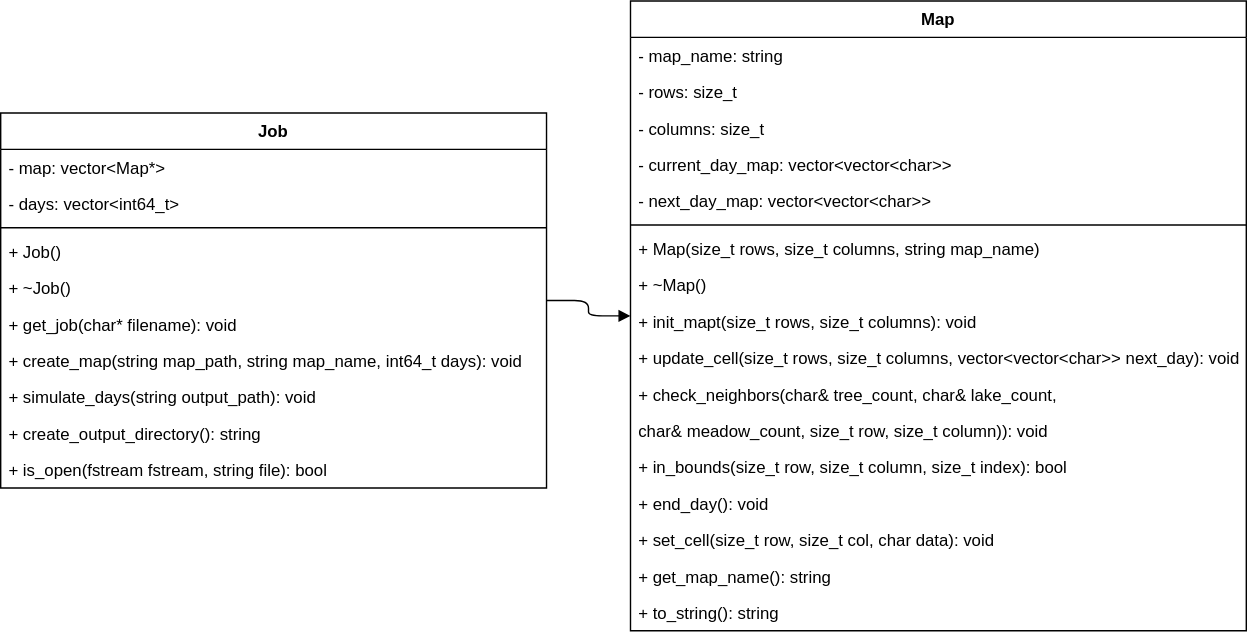
Above: proyecto-2/img/class_diagram.svg in GilbertAb/Projects-Parallel_Computing (draw.io), before the change. Source tidied: cells renumbered, new cells last; positions are measured from the earlier drawing's top-left corner, leaving out a move shared by most shapes.
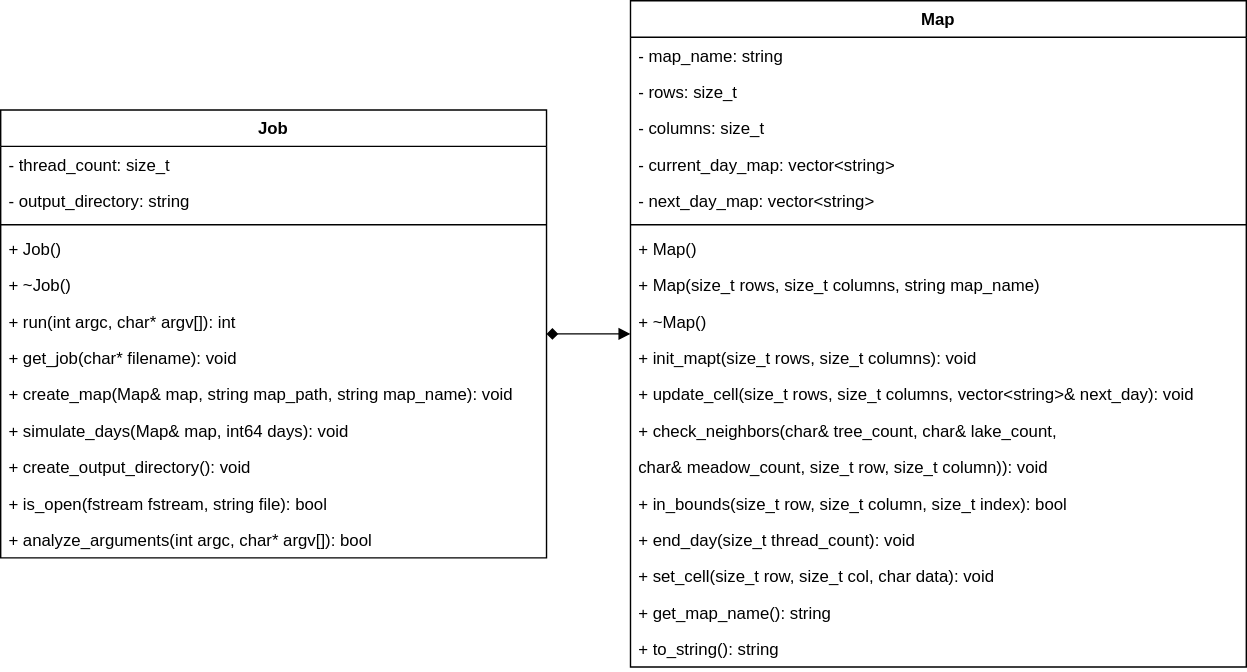
The same diagram one commit later.

Commit message:
Updated the class diagram

Change to the diagram source:
```diff
@@ -3,12 +3,12 @@
     <mxCell id="0" />
     <mxCell id="1" parent="0" />
     <mxCell id="2" value="Job" style="swimlane;fontStyle=1;align=center;verticalAlign=top;horizontal=1;startSize=26;" parent="1" vertex="1">
-      <mxGeometry y="80" width="390" height="268" as="geometry" />
+      <mxGeometry y="78" width="390" height="320" as="geometry" />
     </mxCell>
-    <mxCell id="3" value="- map: vector&lt;Map*&gt;" style="text;strokeColor=none;fillColor=none;align=left;verticalAlign=top;spacingLeft=4;spacingRight=4;overflow=hidden;" parent="2" vertex="1">
+    <mxCell id="3" value="- thread_count: size_t" style="text;strokeColor=none;fillColor=none;align=left;verticalAlign=top;spacingLeft=4;spacingRight=4;overflow=hidden;" parent="2" vertex="1">
       <mxGeometry y="26" width="390" height="26" as="geometry" />
     </mxCell>
-    <mxCell id="4" value="- days: vector&lt;int64_t&gt;" style="text;strokeColor=none;fillColor=none;align=left;verticalAlign=top;spacingLeft=4;spacingRight=4;overflow=hidden;" parent="2" vertex="1">
+    <mxCell id="4" value="- output_directory: string" style="text;strokeColor=none;fillColor=none;align=left;verticalAlign=top;spacingLeft=4;spacingRight=4;overflow=hidden;" parent="2" vertex="1">
       <mxGeometry y="52" width="390" height="26" as="geometry" />
     </mxCell>
     <mxCell id="5" style="line;strokeWidth=1;fillColor=none;align=left;verticalAlign=middle;spacingTop=-1;spacingLeft=3;spacingRight=3;labelPosition=right;" parent="2" vertex="1">
@@ -20,23 +20,29 @@
     <mxCell id="7" value="+ ~Job()" style="text;strokeColor=none;fillColor=none;align=left;verticalAlign=top;spacingLeft=4;spacingRight=4;overflow=hidden;" parent="2" vertex="1">
       <mxGeometry y="112" width="390" height="26" as="geometry" />
     </mxCell>
+    <mxCell id="32" value="+ run(int argc, char* argv[]): int" style="text;strokeColor=none;fillColor=none;align=left;verticalAlign=top;spacingLeft=4;spacingRight=4;overflow=hidden;" parent="2" vertex="1">
+      <mxGeometry y="138" width="390" height="26" as="geometry" />
+    </mxCell>
     <mxCell id="8" value="+ get_job(char* filename): void" style="text;strokeColor=none;fillColor=none;align=left;verticalAlign=top;spacingLeft=4;spacingRight=4;overflow=hidden;" parent="2" vertex="1">
-      <mxGeometry y="138" width="390" height="26" as="geometry" />
+      <mxGeometry y="164" width="390" height="26" as="geometry" />
     </mxCell>
-    <mxCell id="9" value="+ create_map(string map_path, string map_name, int64_t days): void" style="text;strokeColor=none;fillColor=none;align=left;verticalAlign=top;spacingLeft=4;spacingRight=4;overflow=hidden;" parent="2" vertex="1">
-      <mxGeometry y="164" width="390" height="26" as="geometry" />
+    <mxCell id="9" value="+ create_map(Map&amp; map, string map_path, string map_name): void" style="text;strokeColor=none;fillColor=none;align=left;verticalAlign=top;spacingLeft=4;spacingRight=4;overflow=hidden;" parent="2" vertex="1">
+      <mxGeometry y="190" width="390" height="26" as="geometry" />
     </mxCell>
-    <mxCell id="10" value="+ simulate_days(string output_path): void" style="text;strokeColor=none;fillColor=none;align=left;verticalAlign=top;spacingLeft=4;spacingRight=4;overflow=hidden;" parent="2" vertex="1">
-      <mxGeometry y="190" width="390" height="26" as="geometry" />
+    <mxCell id="10" value="+ simulate_days(Map&amp; map, int64 days): void" style="text;strokeColor=none;fillColor=none;align=left;verticalAlign=top;spacingLeft=4;spacingRight=4;overflow=hidden;" parent="2" vertex="1">
+      <mxGeometry y="216" width="390" height="26" as="geometry" />
     </mxCell>
-    <mxCell id="11" value="+ create_output_directory(): string" style="text;strokeColor=none;fillColor=none;align=left;verticalAlign=top;spacingLeft=4;spacingRight=4;overflow=hidden;" parent="2" vertex="1">
-      <mxGeometry y="216" width="390" height="26" as="geometry" />
+    <mxCell id="11" value="+ create_output_directory(): void" style="text;strokeColor=none;fillColor=none;align=left;verticalAlign=top;spacingLeft=4;spacingRight=4;overflow=hidden;" parent="2" vertex="1">
+      <mxGeometry y="242" width="390" height="26" as="geometry" />
     </mxCell>
     <mxCell id="12" value="+ is_open(fstream fstream, string file): bool" style="text;strokeColor=none;fillColor=none;align=left;verticalAlign=top;spacingLeft=4;spacingRight=4;overflow=hidden;" parent="2" vertex="1">
-      <mxGeometry y="242" width="390" height="26" as="geometry" />
+      <mxGeometry y="268" width="390" height="26" as="geometry" />
     </mxCell>
+    <mxCell id="33" value="+ analyze_arguments(int argc, char* argv[]): bool" style="text;strokeColor=none;fillColor=none;align=left;verticalAlign=top;spacingLeft=4;spacingRight=4;overflow=hidden;" parent="2" vertex="1">
+      <mxGeometry y="294" width="390" height="26" as="geometry" />
+    </mxCell>
     <mxCell id="13" value="Map" style="swimlane;fontStyle=1;align=center;verticalAlign=top;horizontal=1;startSize=26;" parent="1" vertex="1">
-      <mxGeometry x="450" width="440" height="450" as="geometry" />
+      <mxGeometry x="450" width="440" height="476" as="geometry" />
     </mxCell>
     <mxCell id="14" value="- map_name: string" style="text;strokeColor=none;fillColor=none;align=left;verticalAlign=top;spacingLeft=4;spacingRight=4;overflow=hidden;" parent="13" vertex="1">
       <mxGeometry y="26" width="440" height="26" as="geometry" />
@@ -47,49 +53,52 @@
     <mxCell id="16" value="- columns: size_t" style="text;strokeColor=none;fillColor=none;align=left;verticalAlign=top;spacingLeft=4;spacingRight=4;overflow=hidden;" parent="13" vertex="1">
       <mxGeometry y="78" width="440" height="26" as="geometry" />
     </mxCell>
-    <mxCell id="17" value="- current_day_map: vector&lt;vector&lt;char&gt;&gt;" style="text;strokeColor=none;fillColor=none;align=left;verticalAlign=top;spacingLeft=4;spacingRight=4;overflow=hidden;" parent="13" vertex="1">
+    <mxCell id="17" value="- current_day_map: vector&lt;string&gt;" style="text;strokeColor=none;fillColor=none;align=left;verticalAlign=top;spacingLeft=4;spacingRight=4;overflow=hidden;" parent="13" vertex="1">
       <mxGeometry y="104" width="440" height="26" as="geometry" />
     </mxCell>
-    <mxCell id="18" value="- next_day_map: vector&lt;vector&lt;char&gt;&gt;" style="text;strokeColor=none;fillColor=none;align=left;verticalAlign=top;spacingLeft=4;spacingRight=4;overflow=hidden;" parent="13" vertex="1">
+    <mxCell id="18" value="- next_day_map: vector&lt;string&gt;" style="text;strokeColor=none;fillColor=none;align=left;verticalAlign=top;spacingLeft=4;spacingRight=4;overflow=hidden;" parent="13" vertex="1">
       <mxGeometry y="130" width="440" height="26" as="geometry" />
     </mxCell>
     <mxCell id="19" style="line;strokeWidth=1;fillColor=none;align=left;verticalAlign=middle;spacingTop=-1;spacingLeft=3;spacingRight=3;labelPosition=right;" parent="13" vertex="1">
       <mxGeometry y="156" width="440" height="8" as="geometry" />
     </mxCell>
+    <mxCell id="34" value="+ Map()" style="text;strokeColor=none;fillColor=none;align=left;verticalAlign=top;spacingLeft=4;spacingRight=4;overflow=hidden;" parent="13" vertex="1">
+      <mxGeometry y="164" width="440" height="26" as="geometry" />
+    </mxCell>
     <mxCell id="20" value="+ Map(size_t rows, size_t columns, string map_name)" style="text;strokeColor=none;fillColor=none;align=left;verticalAlign=top;spacingLeft=4;spacingRight=4;overflow=hidden;" parent="13" vertex="1">
-      <mxGeometry y="164" width="440" height="26" as="geometry" />
+      <mxGeometry y="190" width="440" height="26" as="geometry" />
     </mxCell>
     <mxCell id="21" value="+ ~Map()" style="text;strokeColor=none;fillColor=none;align=left;verticalAlign=top;spacingLeft=4;spacingRight=4;overflow=hidden;" parent="13" vertex="1">
-      <mxGeometry y="190" width="440" height="26" as="geometry" />
+      <mxGeometry y="216" width="440" height="26" as="geometry" />
     </mxCell>
     <mxCell id="22" value="+ init_mapt(size_t rows, size_t columns): void" style="text;strokeColor=none;fillColor=none;align=left;verticalAlign=top;spacingLeft=4;spacingRight=4;overflow=hidden;" parent="13" vertex="1">
-      <mxGeometry y="216" width="440" height="26" as="geometry" />
+      <mxGeometry y="242" width="440" height="26" as="geometry" />
     </mxCell>
-    <mxCell id="23" value="+ update_cell(size_t rows, size_t columns, vector&lt;vector&lt;char&gt;&gt; next_day): void" style="text;strokeColor=none;fillColor=none;align=left;verticalAlign=top;spacingLeft=4;spacingRight=4;overflow=hidden;" parent="13" vertex="1">
-      <mxGeometry y="242" width="440" height="26" as="geometry" />
+    <mxCell id="23" value="+ update_cell(size_t rows, size_t columns, vector&lt;string&gt;&amp; next_day): void" style="text;strokeColor=none;fillColor=none;align=left;verticalAlign=top;spacingLeft=4;spacingRight=4;overflow=hidden;" parent="13" vertex="1">
+      <mxGeometry y="268" width="440" height="26" as="geometry" />
     </mxCell>
     <mxCell id="24" value="+ check_neighbors(char&amp; tree_count, char&amp; lake_count, " style="text;strokeColor=none;fillColor=none;align=left;verticalAlign=top;spacingLeft=4;spacingRight=4;overflow=hidden;" parent="13" vertex="1">
-      <mxGeometry y="268" width="440" height="26" as="geometry" />
+      <mxGeometry y="294" width="440" height="26" as="geometry" />
     </mxCell>
     <mxCell id="25" value="char&amp; meadow_count, size_t row, size_t column)): void" style="text;strokeColor=none;fillColor=none;align=left;verticalAlign=top;spacingLeft=4;spacingRight=4;overflow=hidden;" parent="13" vertex="1">
-      <mxGeometry y="294" width="440" height="26" as="geometry" />
+      <mxGeometry y="320" width="440" height="26" as="geometry" />
     </mxCell>
     <mxCell id="26" value="+ in_bounds(size_t row, size_t column, size_t index): bool" style="text;strokeColor=none;fillColor=none;align=left;verticalAlign=top;spacingLeft=4;spacingRight=4;overflow=hidden;" parent="13" vertex="1">
-      <mxGeometry y="320" width="440" height="26" as="geometry" />
+      <mxGeometry y="346" width="440" height="26" as="geometry" />
     </mxCell>
-    <mxCell id="27" value="+ end_day(): void" style="text;strokeColor=none;fillColor=none;align=left;verticalAlign=top;spacingLeft=4;spacingRight=4;overflow=hidden;" parent="13" vertex="1">
-      <mxGeometry y="346" width="440" height="26" as="geometry" />
+    <mxCell id="27" value="+ end_day(size_t thread_count): void" style="text;strokeColor=none;fillColor=none;align=left;verticalAlign=top;spacingLeft=4;spacingRight=4;overflow=hidden;" parent="13" vertex="1">
+      <mxGeometry y="372" width="440" height="26" as="geometry" />
     </mxCell>
     <mxCell id="28" value="+ set_cell(size_t row, size_t col, char data): void" style="text;strokeColor=none;fillColor=none;align=left;verticalAlign=top;spacingLeft=4;spacingRight=4;overflow=hidden;" parent="13" vertex="1">
-      <mxGeometry y="372" width="440" height="26" as="geometry" />
+      <mxGeometry y="398" width="440" height="26" as="geometry" />
     </mxCell>
     <mxCell id="29" value="+ get_map_name(): string" style="text;strokeColor=none;fillColor=none;align=left;verticalAlign=top;spacingLeft=4;spacingRight=4;overflow=hidden;" parent="13" vertex="1">
-      <mxGeometry y="398" width="440" height="26" as="geometry" />
+      <mxGeometry y="424" width="440" height="26" as="geometry" />
     </mxCell>
     <mxCell id="30" value="+ to_string(): string" style="text;strokeColor=none;fillColor=none;align=left;verticalAlign=top;spacingLeft=4;spacingRight=4;overflow=hidden;" parent="13" vertex="1">
-      <mxGeometry y="424" width="440" height="26" as="geometry" />
+      <mxGeometry y="450" width="440" height="26" as="geometry" />
     </mxCell>
-    <mxCell id="31" style="endArrow=block;endFill=1;html=1;edgeStyle=orthogonalEdgeStyle;align=left;verticalAlign=top;" parent="1" edge="1" source="2" target="13">
+    <mxCell id="31" style="endArrow=block;endFill=1;html=1;edgeStyle=orthogonalEdgeStyle;align=left;verticalAlign=top;startArrow=diamond;startFill=1;" parent="1" edge="1" source="2" target="13">
       <mxGeometry x="-1" relative="1" as="geometry" />
     </mxCell>
   </root>
```
